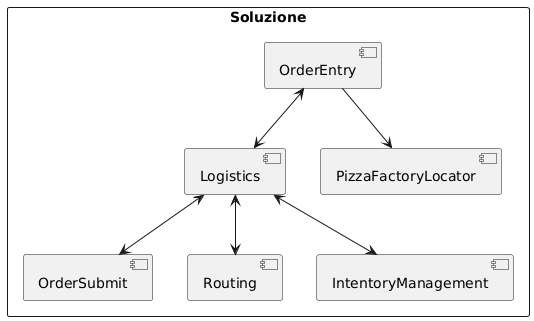
Earlier version of the PlantUML export public/resources/diagrammi/SoluzioneDiagramma.png (JBmanu/PM-Gruppo2).
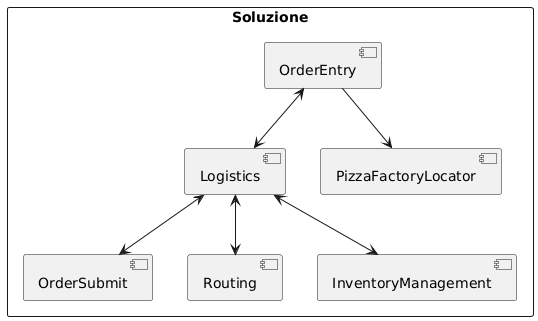
The same diagram one commit later.

Diff of the diagram source:
```diff
@@ -5,12 +5,12 @@
   component PizzaFactoryLocator
   component OrderSubmit
   component Routing
-  component IntentoryManagement
+  component InventoryManagement
 
   OrderEntry <--> Logistics
   OrderEntry --> PizzaFactoryLocator
   Logistics <--> OrderSubmit
   Logistics <--> Routing
-  Logistics <--> IntentoryManagement
+  Logistics <--> InventoryManagement
 }
 @enduml
```
